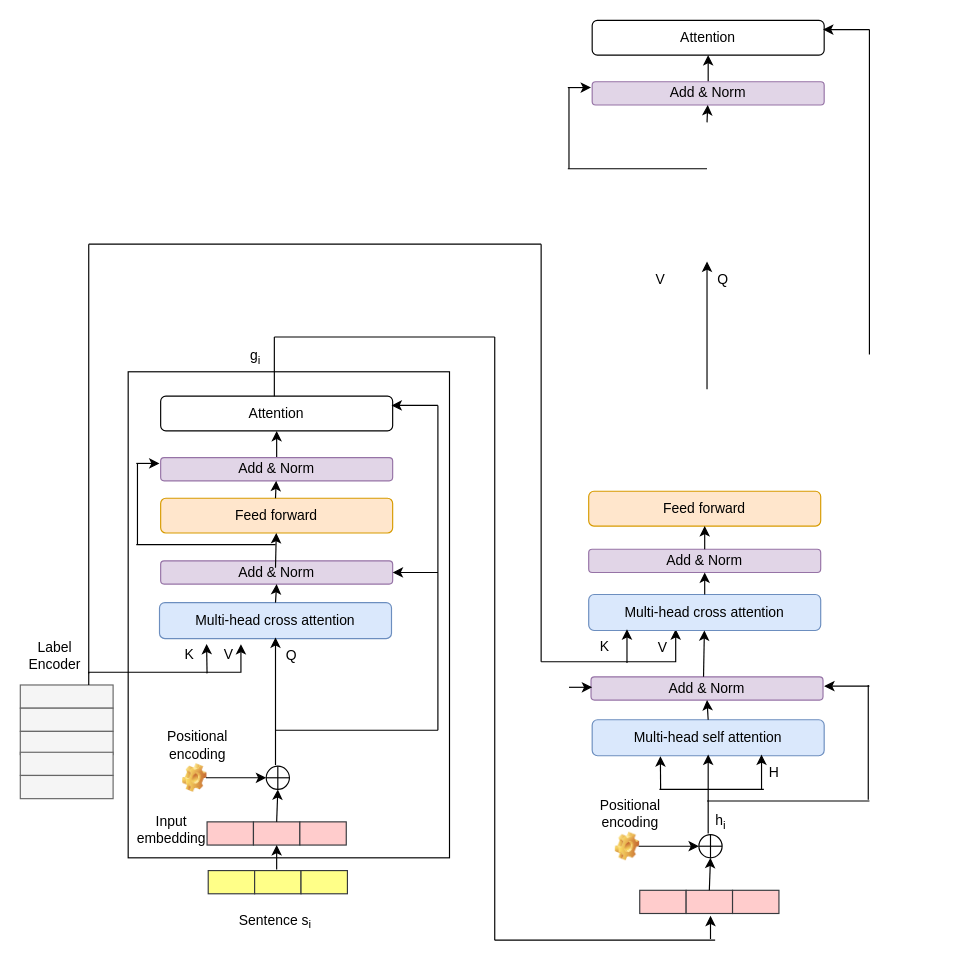
Above: liht.drawio in dksanyal/Abstract2StructuredAbstract (draw.io), before the change. Source tidied: cells renumbered, new cells numbered last; positions are measured from the earlier drawing's top-left corner, leaving out a move shared by most shapes. Both pictures are drawn from the tidied source at 116%, with x=0, y=0 at pixel (20, 20).
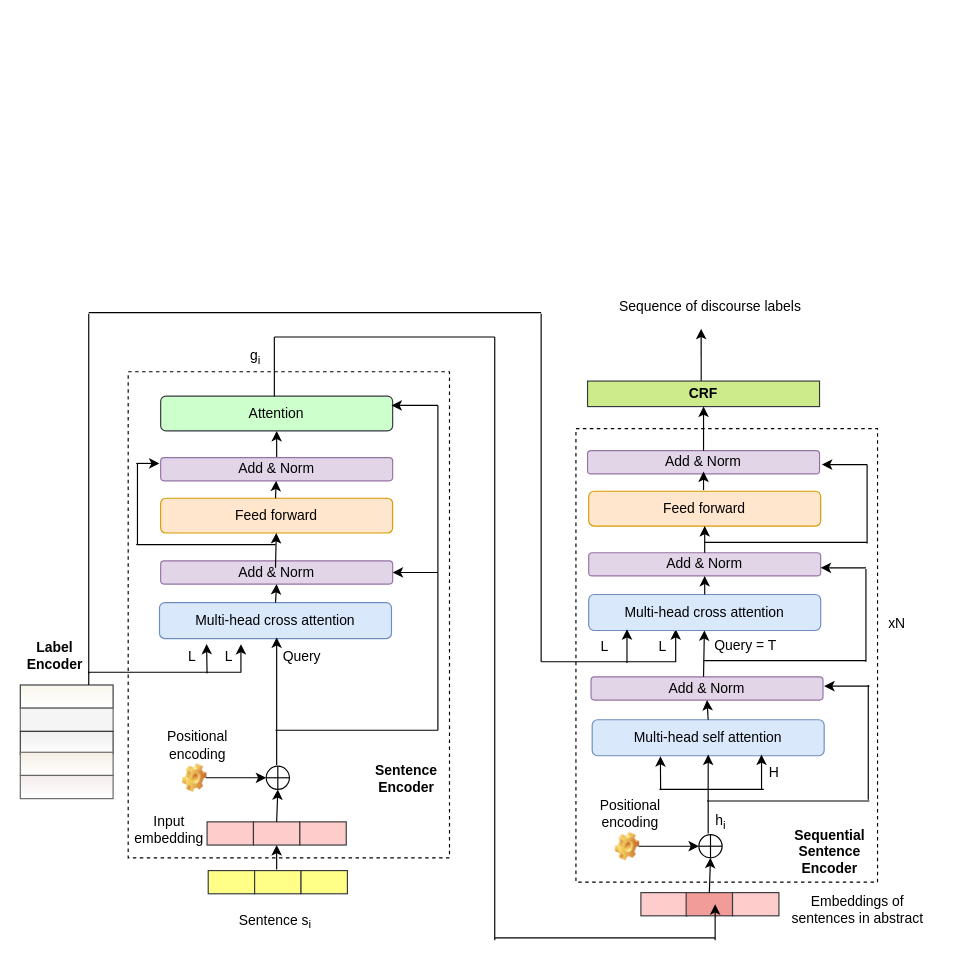
The same page after the edit.

The edit, as a diff of the source:
```diff
@@
+    <mxCell id="97" style="rounded=0;whiteSpace=wrap;html=1;dashed=1;" parent="1" vertex="1">
+      <mxGeometry x="479" y="352" width="260" height="391" as="geometry" />
+    </mxCell>
-    <mxCell id="2" style="rounded=0;whiteSpace=wrap;html=1;" parent="1" vertex="1">
+    <mxCell id="2" style="rounded=0;whiteSpace=wrap;html=1;dashed=1;" parent="1" vertex="1">
       <mxGeometry x="93" y="303" width="277" height="419" as="geometry" />
     </mxCell>
-    <mxCell id="3" style="rounded=0;whiteSpace=wrap;html=1;fillColor=#f5f5f5;strokeColor=#666666;fontColor=#333333;" parent="1" vertex="1">
+    <mxCell id="3" style="rounded=0;whiteSpace=wrap;html=1;fillColor=#f9f7ed;strokeColor=#36393d;gradientColor=#ffffff;" parent="1" vertex="1">
       <mxGeometry y="573" width="80" height="20" as="geometry" />
     </mxCell>
@@
-    <mxCell id="5" style="rounded=0;whiteSpace=wrap;html=1;fillColor=#f5f5f5;strokeColor=#666666;fontColor=#333333;" parent="1" vertex="1">
+    <mxCell id="5" style="rounded=0;whiteSpace=wrap;html=1;fillColor=#eeeeee;strokeColor=#36393d;gradientColor=#ffffff;" parent="1" vertex="1">
       <mxGeometry y="613" width="80" height="20" as="geometry" />
     </mxCell>
-    <mxCell id="6" style="rounded=0;whiteSpace=wrap;html=1;fillColor=#f5f5f5;strokeColor=#666666;fontColor=#333333;" parent="1" vertex="1">
+    <mxCell id="6" style="rounded=0;whiteSpace=wrap;html=1;fillColor=#F5EDE4;strokeColor=#666666;fontColor=#333333;gradientColor=#ffffff;" parent="1" vertex="1">
       <mxGeometry y="631" width="80" height="20" as="geometry" />
     </mxCell>
-    <mxCell id="7" style="rounded=0;whiteSpace=wrap;html=1;fillColor=#f5f5f5;strokeColor=#666666;fontColor=#333333;" parent="1" vertex="1">
+    <mxCell id="7" style="rounded=0;whiteSpace=wrap;html=1;fillColor=#F5EBEC;strokeColor=#666666;fontColor=#333333;gradientColor=#ffffff;" parent="1" vertex="1">
       <mxGeometry y="651" width="80" height="20" as="geometry" />
     </mxCell>
@@
     <mxCell id="18" style="endArrow=classic;html=1;rounded=0;" parent="1" edge="1">
       <mxGeometry relative="1" as="geometry">
-        <mxPoint x="220" y="642" as="sourcePoint" />
-        <mxPoint x="220" y="532" as="targetPoint" />
+        <mxPoint x="221" y="642" as="sourcePoint" />
+        <mxPoint x="221" y="532" as="targetPoint" />
       </mxGeometry>
     </mxCell>
@@
-    <mxCell id="25" value="Attention" style="rounded=1;whiteSpace=wrap;html=1;fillColor=none;" parent="1" vertex="1">
+    <mxCell id="25" value="Attention" style="rounded=1;whiteSpace=wrap;html=1;fillColor=#CCFFCC;strokeColor=#36393d;" parent="1" vertex="1">
       <mxGeometry x="121" y="324" width="200" height="30" as="geometry" />
     </mxCell>
@@
     <mxCell id="37" value="Input embedding" style="text;html=1;strokeColor=none;fillColor=none;align=center;verticalAlign=middle;whiteSpace=wrap;rounded=0;" parent="1" vertex="1">
-      <mxGeometry x="93" y="683" width="75" height="30" as="geometry" />
+      <mxGeometry x="91" y="683" width="75" height="30" as="geometry" />
     </mxCell>
@@
-    <mxCell id="39" value="Label Encoder" style="text;html=1;strokeColor=none;fillColor=none;align=center;verticalAlign=middle;whiteSpace=wrap;rounded=0;" parent="1" vertex="1">
+    <mxCell id="39" value="&lt;font style=&quot;font-size: 12px&quot;&gt;&lt;b&gt;Label Encoder&lt;/b&gt;&lt;/font&gt;" style="text;html=1;strokeColor=none;fillColor=none;align=center;verticalAlign=middle;whiteSpace=wrap;rounded=0;" parent="1" vertex="1">
       <mxGeometry y="533" width="60" height="30" as="geometry" />
     </mxCell>
-    <mxCell id="40" value="Q" style="text;html=1;strokeColor=none;fillColor=none;align=center;verticalAlign=middle;whiteSpace=wrap;rounded=0;" parent="1" vertex="1">
-      <mxGeometry x="214" y="533" width="40" height="30" as="geometry" />
+    <mxCell id="40" value="Query" style="text;html=1;strokeColor=none;fillColor=none;align=center;verticalAlign=middle;whiteSpace=wrap;rounded=0;" parent="1" vertex="1">
+      <mxGeometry x="223" y="534" width="40" height="30" as="geometry" />
     </mxCell>
@@
-    <mxCell id="43" style="endArrow=classic;html=1;rounded=0;" parent="1" edge="1">
+    <mxCell id="43" style="endArrow=classic;html=1;rounded=0;entryX=0.452;entryY=1.133;entryDx=0;entryDy=0;entryPerimeter=0;" parent="1" edge="1" target="109">
       <mxGeometry relative="1" as="geometry">
-        <mxPoint x="592" y="318" as="sourcePoint" />
-        <mxPoint x="592" y="208" as="targetPoint" />
+        <mxPoint x="587" y="318" as="sourcePoint" />
       </mxGeometry>
     </mxCell>
@@
-    <mxCell id="45" style="edgeStyle=orthogonalEdgeStyle;rounded=0;jettySize=auto;html=1;exitX=0.5;exitY=0;exitDx=0;exitDy=0;" parent="1" edge="1" source="48" target="49">
-      <mxGeometry relative="1" as="geometry" />
-    </mxCell>
     <mxCell id="46" value="Add &amp;amp; Norm" style="rounded=1;whiteSpace=wrap;html=1;fillColor=#e1d5e7;strokeColor=#9673a6;" parent="1" vertex="1">
-      <mxGeometry x="490" y="456" width="200" height="20" as="geometry" />
+      <mxGeometry x="490" y="459" width="200" height="20" as="geometry" />
     </mxCell>
@@
-    <mxCell id="48" value="Add &amp;amp; Norm" style="rounded=1;whiteSpace=wrap;html=1;fillColor=#e1d5e7;strokeColor=#9673a6;" parent="1" vertex="1">
-      <mxGeometry x="493" y="53" width="200" height="20" as="geometry" />
-    </mxCell>
-    <mxCell id="49" value="Attention" style="rounded=1;whiteSpace=wrap;html=1;fillColor=none;" parent="1" vertex="1">
-      <mxGeometry x="493" width="200" height="30" as="geometry" />
-    </mxCell>
@@
-    <mxCell id="51" style="endArrow=classic;html=1;rounded=0;" parent="1" edge="1" target="48">
-      <mxGeometry relative="1" as="geometry">
-        <mxPoint x="592" y="88" as="sourcePoint" />
-      </mxGeometry>
-    </mxCell>
-    <mxCell id="52" style="endArrow=none;html=1;rounded=0;" parent="1" edge="1">
-      <mxGeometry relative="1" as="geometry">
-        <mxPoint x="732" y="288" as="sourcePoint" />
-        <mxPoint x="732" y="8" as="targetPoint" />
-      </mxGeometry>
-    </mxCell>
-    <mxCell id="53" style="endArrow=classic;html=1;rounded=0;" parent="1" edge="1">
-      <mxGeometry relative="1" as="geometry">
-        <mxPoint x="732" y="8" as="sourcePoint" />
-        <mxPoint x="692" y="8" as="targetPoint" />
-      </mxGeometry>
-    </mxCell>
-    <mxCell id="54" style="endArrow=none;html=1;rounded=0;" parent="1" edge="1">
-      <mxGeometry relative="1" as="geometry">
-        <mxPoint x="472" y="128" as="sourcePoint" />
-        <mxPoint x="592" y="128" as="targetPoint" />
-      </mxGeometry>
-    </mxCell>
-    <mxCell id="55" style="endArrow=none;html=1;rounded=0;" parent="1" edge="1">
-      <mxGeometry relative="1" as="geometry">
-        <mxPoint x="473" y="128" as="sourcePoint" />
-        <mxPoint x="473" y="58" as="targetPoint" />
-      </mxGeometry>
-    </mxCell>
-    <mxCell id="56" style="endArrow=classic;html=1;rounded=0;" parent="1" edge="1">
-      <mxGeometry relative="1" as="geometry">
-        <mxPoint x="472" y="58" as="sourcePoint" />
-        <mxPoint x="492" y="58" as="targetPoint" />
-      </mxGeometry>
-    </mxCell>
-    <mxCell id="57" value="V" style="text;html=1;strokeColor=none;fillColor=none;align=center;verticalAlign=middle;whiteSpace=wrap;rounded=0;" parent="1" vertex="1">
-      <mxGeometry x="522" y="209" width="60" height="30" as="geometry" />
-    </mxCell>
-    <mxCell id="58" value="Q" style="text;html=1;strokeColor=none;fillColor=none;align=center;verticalAlign=middle;whiteSpace=wrap;rounded=0;" parent="1" vertex="1">
-      <mxGeometry x="586" y="209" width="40" height="30" as="geometry" />
-    </mxCell>
     <mxCell id="59" style="rounded=0;whiteSpace=wrap;html=1;fillColor=#ffcccc;strokeColor=#36393d;" parent="1" vertex="1">
-      <mxGeometry x="534" y="750" width="40" height="20" as="geometry" />
+      <mxGeometry x="535" y="752" width="40" height="20" as="geometry" />
     </mxCell>
-    <mxCell id="60" style="rounded=0;whiteSpace=wrap;html=1;fillColor=#ffcccc;strokeColor=#36393d;" parent="1" vertex="1">
-      <mxGeometry x="574" y="750" width="40" height="20" as="geometry" />
+    <mxCell id="60" style="rounded=0;whiteSpace=wrap;html=1;fillColor=#F19C99;strokeColor=#36393d;" parent="1" vertex="1">
+      <mxGeometry x="574" y="752" width="40" height="20" as="geometry" />
     </mxCell>
     <mxCell id="61" style="rounded=0;whiteSpace=wrap;html=1;fillColor=#ffcccc;strokeColor=#36393d;" parent="1" vertex="1">
-      <mxGeometry x="614" y="750" width="40" height="20" as="geometry" />
+      <mxGeometry x="614" y="752" width="40" height="20" as="geometry" />
     </mxCell>
@@
-    <mxCell id="73" style="endArrow=classic;html=1;rounded=0;" parent="1" edge="1">
-      <mxGeometry relative="1" as="geometry">
-        <mxPoint x="473" y="575" as="sourcePoint" />
-        <mxPoint x="493" y="575" as="targetPoint" />
-      </mxGeometry>
-    </mxCell>
@@
     <mxCell id="78" style="endArrow=none;html=1;rounded=0;" parent="1" edge="1">
       <mxGeometry relative="1" as="geometry">
-        <mxPoint x="409" y="793" as="sourcePoint" />
-        <mxPoint x="599" y="793" as="targetPoint" />
+        <mxPoint x="409" y="791" as="sourcePoint" />
+        <mxPoint x="599" y="791" as="targetPoint" />
       </mxGeometry>
     </mxCell>
-    <mxCell id="79" style="endArrow=classic;html=1;rounded=0;" parent="1" edge="1">
-      <mxGeometry relative="1" as="geometry">
-        <mxPoint x="595" y="792" as="sourcePoint" />
-        <mxPoint x="595" y="772" as="targetPoint" />
-        <Array as="points">
-          <mxPoint x="595" y="792" />
-        </Array>
-      </mxGeometry>
-    </mxCell>
@@
-    <mxCell id="88" value="V" style="text;html=1;strokeColor=none;fillColor=none;align=center;verticalAlign=middle;whiteSpace=wrap;rounded=0;" parent="1" vertex="1">
-      <mxGeometry x="150" y="532" width="60" height="30" as="geometry" />
+    <mxCell id="88" value="L" style="text;html=1;strokeColor=none;fillColor=none;align=center;verticalAlign=middle;whiteSpace=wrap;rounded=0;" parent="1" vertex="1">
+      <mxGeometry x="150" y="534" width="60" height="30" as="geometry" />
     </mxCell>
     <mxCell id="89" style="endArrow=none;html=1;rounded=0;" parent="1" edge="1">
       <mxGeometry relative="1" as="geometry">
         <mxPoint x="59" y="563" as="sourcePoint" />
-        <mxPoint x="59" y="193" as="targetPoint" />
+        <mxPoint x="59" y="253" as="targetPoint" />
       </mxGeometry>
     </mxCell>
     <mxCell id="90" style="endArrow=none;html=1;rounded=0;" parent="1" edge="1">
       <mxGeometry relative="1" as="geometry">
-        <mxPoint x="59" y="193" as="sourcePoint" />
-        <mxPoint x="449" y="193" as="targetPoint" />
+        <mxPoint x="59" y="252" as="sourcePoint" />
+        <mxPoint x="449" y="252" as="targetPoint" />
       </mxGeometry>
     </mxCell>
-    <mxCell id="91" value="K" style="text;html=1;strokeColor=none;fillColor=none;align=center;verticalAlign=middle;whiteSpace=wrap;rounded=0;" parent="1" vertex="1">
+    <mxCell id="91" value="L" style="text;html=1;strokeColor=none;fillColor=none;align=center;verticalAlign=middle;whiteSpace=wrap;rounded=0;" parent="1" vertex="1">
       <mxGeometry x="474" y="525" width="60" height="30" as="geometry" />
     </mxCell>
-    <mxCell id="92" value="V" style="text;html=1;strokeColor=none;fillColor=none;align=center;verticalAlign=middle;whiteSpace=wrap;rounded=0;" parent="1" vertex="1">
-      <mxGeometry x="524" y="526" width="60" height="30" as="geometry" />
+    <mxCell id="92" value="L" style="text;html=1;strokeColor=none;fillColor=none;align=center;verticalAlign=middle;whiteSpace=wrap;rounded=0;" parent="1" vertex="1">
+      <mxGeometry x="524" y="525" width="60" height="30" as="geometry" />
     </mxCell>
@@
-    <mxCell id="94" value="K" style="text;html=1;strokeColor=none;fillColor=none;align=center;verticalAlign=middle;whiteSpace=wrap;rounded=0;" parent="1" vertex="1">
-      <mxGeometry x="116" y="532" width="60" height="30" as="geometry" />
+    <mxCell id="94" value="L" style="text;html=1;strokeColor=none;fillColor=none;align=center;verticalAlign=middle;whiteSpace=wrap;rounded=0;" parent="1" vertex="1">
+      <mxGeometry x="117" y="534" width="63" height="30" as="geometry" />
     </mxCell>
     <mxCell id="95" style="endArrow=none;html=1;rounded=0;" parent="1" edge="1">
       <mxGeometry relative="1" as="geometry">
         <mxPoint x="449" y="553" as="sourcePoint" />
-        <mxPoint x="449" y="193" as="targetPoint" />
+        <mxPoint x="449" y="253" as="targetPoint" />
       </mxGeometry>
     </mxCell>
@@
+    <mxCell id="98" style="endArrow=none;html=1;rounded=0;" parent="1" edge="1">
+      <mxGeometry relative="1" as="geometry">
+        <mxPoint x="589" y="552" as="sourcePoint" />
+        <mxPoint x="729" y="552" as="targetPoint" />
+      </mxGeometry>
+    </mxCell>
+    <mxCell id="99" style="endArrow=classic;html=1;rounded=0;entryX=1;entryY=0.5;entryDx=0;entryDy=0;" parent="1" edge="1">
+      <mxGeometry relative="1" as="geometry">
+        <mxPoint x="729" y="472" as="sourcePoint" />
+        <mxPoint x="690" y="472" as="targetPoint" />
+      </mxGeometry>
+    </mxCell>
+    <mxCell id="100" style="endArrow=none;html=1;rounded=0;" parent="1" edge="1">
+      <mxGeometry relative="1" as="geometry">
+        <mxPoint x="729" y="473" as="sourcePoint" />
+        <mxPoint x="729" y="553" as="targetPoint" />
+      </mxGeometry>
+    </mxCell>
+    <mxCell id="48" value="Add &amp;amp; Norm" style="rounded=1;whiteSpace=wrap;html=1;fillColor=#e1d5e7;strokeColor=#9673a6;" parent="1" vertex="1">
+      <mxGeometry x="489" y="371" width="200" height="20" as="geometry" />
+    </mxCell>
+    <mxCell id="101" style="endArrow=classic;html=1;rounded=0;exitX=0.5;exitY=0;exitDx=0;exitDy=0;entryX=0.5;entryY=1;entryDx=0;entryDy=0;" parent="1" edge="1">
+      <mxGeometry relative="1" as="geometry">
+        <mxPoint x="589" y="405" as="sourcePoint" />
+        <mxPoint x="589" y="389" as="targetPoint" />
+      </mxGeometry>
+    </mxCell>
+    <mxCell id="102" value="&lt;font style=&quot;font-size: 12px&quot;&gt;&lt;b&gt;CRF&lt;/b&gt;&lt;/font&gt;" style="rounded=0;whiteSpace=wrap;html=1;strokeColor=#36393d;fillColor=#cdeb8b;" parent="1" vertex="1">
+      <mxGeometry x="489" y="311" width="200" height="22" as="geometry" />
+    </mxCell>
+    <mxCell id="103" value="xN" style="text;html=1;strokeColor=none;fillColor=none;align=center;verticalAlign=middle;whiteSpace=wrap;rounded=0;dashed=1;" parent="1" vertex="1">
+      <mxGeometry x="726" y="505" width="60" height="30" as="geometry" />
+    </mxCell>
+    <mxCell id="104" value="&lt;font style=&quot;font-size: 12px&quot;&gt;&lt;b&gt;Sentence Encoder&lt;/b&gt;&lt;/font&gt;" style="text;html=1;strokeColor=none;fillColor=none;align=center;verticalAlign=middle;whiteSpace=wrap;rounded=0;dashed=1;" parent="1" vertex="1">
+      <mxGeometry x="303" y="639" width="60" height="30" as="geometry" />
+    </mxCell>
+    <mxCell id="105" value="&lt;font style=&quot;font-size: 12px&quot;&gt;&lt;b&gt;Sequential Sentence Encoder&lt;/b&gt;&lt;/font&gt;" style="text;html=1;strokeColor=none;fillColor=none;align=center;verticalAlign=middle;whiteSpace=wrap;rounded=0;dashed=1;" parent="1" vertex="1">
+      <mxGeometry x="668" y="702" width="60" height="30" as="geometry" />
+    </mxCell>
+    <mxCell id="106" style="endArrow=classic;html=1;rounded=0;fontSize=14;exitX=0.5;exitY=0;exitDx=0;exitDy=0;entryX=0.5;entryY=1;entryDx=0;entryDy=0;" parent="1" edge="1" source="48" target="102">
+      <mxGeometry relative="1" as="geometry" />
+    </mxCell>
+    <mxCell id="107" value="Embeddings of sentences in abstract" style="text;html=1;strokeColor=none;fillColor=none;align=center;verticalAlign=middle;whiteSpace=wrap;rounded=0;" parent="1" vertex="1">
+      <mxGeometry x="655" y="752" width="134" height="30" as="geometry" />
+    </mxCell>
+    <mxCell id="108" style="endArrow=classic;html=1;rounded=0;fontSize=12;" parent="1" edge="1">
+      <mxGeometry relative="1" as="geometry">
+        <mxPoint x="599" y="793" as="sourcePoint" />
+        <mxPoint x="599" y="762" as="targetPoint" />
+      </mxGeometry>
+    </mxCell>
+    <mxCell id="109" value="Sequence of discourse labels" style="text;html=1;strokeColor=none;fillColor=none;align=center;verticalAlign=middle;whiteSpace=wrap;rounded=0;dashed=1;fontSize=12;" parent="1" vertex="1">
+      <mxGeometry x="511" y="232" width="168" height="30" as="geometry" />
+    </mxCell>
+    <mxCell id="110" value="Query = T" style="text;html=1;strokeColor=none;fillColor=none;align=center;verticalAlign=middle;whiteSpace=wrap;rounded=0;dashed=1;fontSize=12;" parent="1" vertex="1">
+      <mxGeometry x="592" y="529" width="67" height="20" as="geometry" />
+    </mxCell>
+    <mxCell id="111" style="endArrow=none;html=1;rounded=0;" parent="1" edge="1">
+      <mxGeometry relative="1" as="geometry">
+        <mxPoint x="590" y="450" as="sourcePoint" />
+        <mxPoint x="730" y="450" as="targetPoint" />
+      </mxGeometry>
+    </mxCell>
+    <mxCell id="112" style="endArrow=none;html=1;rounded=0;" parent="1" edge="1">
+      <mxGeometry relative="1" as="geometry">
+        <mxPoint x="730" y="383" as="sourcePoint" />
+        <mxPoint x="730" y="451" as="targetPoint" />
+      </mxGeometry>
+    </mxCell>
+    <mxCell id="113" style="endArrow=classic;html=1;rounded=0;entryX=1;entryY=0.5;entryDx=0;entryDy=0;" parent="1" edge="1">
+      <mxGeometry relative="1" as="geometry">
+        <mxPoint x="730" y="383" as="sourcePoint" />
+        <mxPoint x="691" y="383" as="targetPoint" />
+      </mxGeometry>
+    </mxCell>
```
